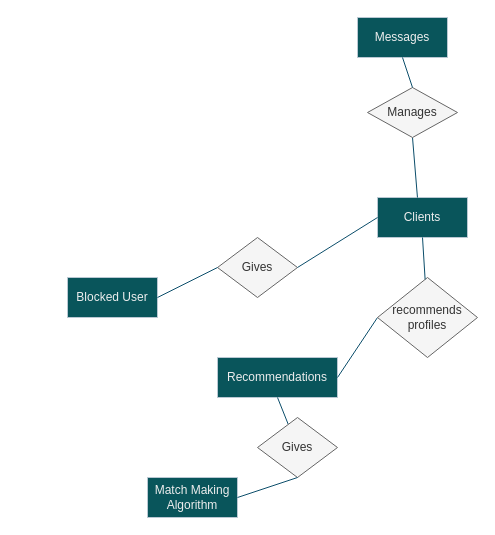
Before: Untitled Diagram.drawio in AbhiShetty1756/AbhiShetty1756, a draw.io diagram. Source tidied: cells renumbered, new cells numbered last; positions are measured from the earlier drawing's top-left corner, leaving out a move shared by most shapes. Both pictures are drawn from the tidied source at 100%, with x=0, y=0 at pixel (67, 17).
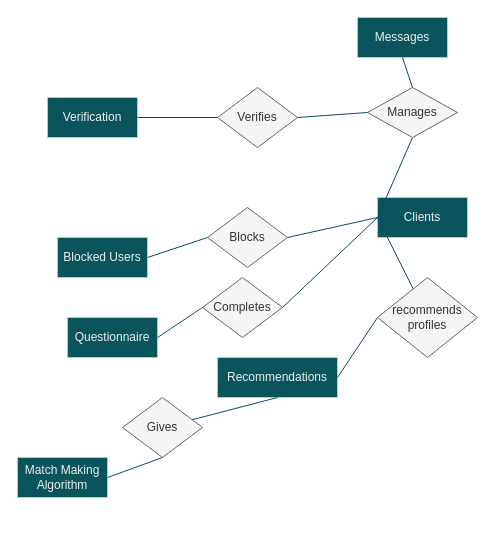
After the change.

Unchanged cells that the change refers to:
```xml
<mxCell id="2" value="Clients" style="rounded=0;whiteSpace=wrap;html=1;labelBackgroundColor=none;fillColor=#09555B;strokeColor=#BAC8D3;fontColor=#EEEEEE;" parent="1" vertex="1">
  <mxGeometry x="310" y="180" width="90" height="40" as="geometry" />
</mxCell>
<mxCell id="5" value="Manages" style="rhombus;whiteSpace=wrap;html=1;labelBackgroundColor=none;fillColor=#f5f5f5;strokeColor=#666666;fontColor=#333333;" parent="1" vertex="1">
  <mxGeometry x="300" y="70" width="90" height="50" as="geometry" />
</mxCell>
<mxCell id="13" value="recommends profiles" style="rhombus;whiteSpace=wrap;html=1;labelBackgroundColor=none;fillColor=#f5f5f5;strokeColor=#666666;fontColor=#333333;" parent="1" vertex="1">
  <mxGeometry x="310" y="260" width="100" height="80" as="geometry" />
</mxCell>
```

Change to the diagram source:
```diff
@@
-    <mxCell id="4" style="endArrow=none;html=1;rounded=0;exitX=0.444;exitY=0;exitDx=0;exitDy=0;exitPerimeter=0;entryX=0.5;entryY=1;entryDx=0;entryDy=0;labelBackgroundColor=none;strokeColor=#0B4D6A;fontColor=default;" parent="1" edge="1" source="2" target="5">
+    <mxCell id="4" style="endArrow=none;html=1;rounded=0;exitX=0;exitY=0.5;exitDx=0;exitDy=0;entryX=0.5;entryY=1;entryDx=0;entryDy=0;labelBackgroundColor=none;strokeColor=#0B4D6A;fontColor=default;" parent="1" edge="1" source="2" target="5">
       <mxGeometry relative="1" as="geometry" />
     </mxCell>
@@
     <mxCell id="7" value="Match Making Algorithm" style="rounded=0;whiteSpace=wrap;html=1;labelBackgroundColor=none;fillColor=#09555B;strokeColor=#BAC8D3;fontColor=#EEEEEE;" parent="1" vertex="1">
-      <mxGeometry x="80" y="460" width="90" height="40" as="geometry" />
+      <mxGeometry x="-50" y="440" width="90" height="40" as="geometry" />
     </mxCell>
@@
     <mxCell id="10" value="Gives" style="rhombus;whiteSpace=wrap;html=1;labelBackgroundColor=none;fillColor=#f5f5f5;strokeColor=#666666;fontColor=#333333;" parent="1" vertex="1">
-      <mxGeometry x="190" y="400" width="80" height="60" as="geometry" />
+      <mxGeometry x="55" y="380" width="80" height="60" as="geometry" />
     </mxCell>
@@
-    <mxCell id="14" style="endArrow=none;html=1;rounded=0;entryX=0.5;entryY=1;entryDx=0;entryDy=0;labelBackgroundColor=none;strokeColor=#0B4D6A;fontColor=default;" parent="1" edge="1" source="13" target="2">
+    <mxCell id="14" style="endArrow=none;html=1;rounded=0;entryX=0;entryY=0.5;entryDx=0;entryDy=0;labelBackgroundColor=none;strokeColor=#0B4D6A;fontColor=default;" parent="1" edge="1" source="13" target="2">
       <mxGeometry relative="1" as="geometry" />
     </mxCell>
-    <mxCell id="15" value="Blocked User" style="rounded=0;whiteSpace=wrap;html=1;labelBackgroundColor=none;fillColor=#09555B;strokeColor=#BAC8D3;fontColor=#EEEEEE;" parent="1" vertex="1">
-      <mxGeometry y="260" width="90" height="40" as="geometry" />
+    <mxCell id="15" value="Blocked Users" style="rounded=0;whiteSpace=wrap;html=1;labelBackgroundColor=none;fillColor=#09555B;strokeColor=#BAC8D3;fontColor=#EEEEEE;" parent="1" vertex="1">
+      <mxGeometry x="-10" y="220" width="90" height="40" as="geometry" />
     </mxCell>
-    <mxCell id="16" value="Gives" style="rhombus;whiteSpace=wrap;html=1;labelBackgroundColor=none;fillColor=#f5f5f5;strokeColor=#666666;fontColor=#333333;" parent="1" vertex="1">
-      <mxGeometry x="150" y="220" width="80" height="60" as="geometry" />
+    <mxCell id="16" value="Blocks" style="rhombus;whiteSpace=wrap;html=1;labelBackgroundColor=none;fillColor=#f5f5f5;strokeColor=#666666;fontColor=#333333;" parent="1" vertex="1">
+      <mxGeometry x="140" y="190" width="80" height="60" as="geometry" />
     </mxCell>
@@
+    <mxCell id="19" value="Questionnaire" style="rounded=0;whiteSpace=wrap;html=1;labelBackgroundColor=none;fillColor=#09555B;strokeColor=#BAC8D3;fontColor=#EEEEEE;" parent="1" vertex="1">
+      <mxGeometry y="300" width="90" height="40" as="geometry" />
+    </mxCell>
+    <mxCell id="20" value="Completes" style="rhombus;whiteSpace=wrap;html=1;labelBackgroundColor=none;fillColor=#f5f5f5;strokeColor=#666666;fontColor=#333333;" parent="1" vertex="1">
+      <mxGeometry x="135" y="260" width="80" height="60" as="geometry" />
+    </mxCell>
+    <mxCell id="21" style="endArrow=none;html=1;rounded=0;strokeColor=#0B4D6A;exitX=1;exitY=0.5;exitDx=0;exitDy=0;entryX=0;entryY=0.5;entryDx=0;entryDy=0;" parent="1" edge="1" source="19" target="20">
+      <mxGeometry relative="1" as="geometry" />
+    </mxCell>
+    <mxCell id="22" style="endArrow=none;html=1;rounded=0;strokeColor=#0B4D6A;entryX=0;entryY=0.5;entryDx=0;entryDy=0;exitX=1;exitY=0.5;exitDx=0;exitDy=0;" parent="1" edge="1" source="20" target="2">
+      <mxGeometry relative="1" as="geometry" />
+    </mxCell>
+    <mxCell id="23" value="Verification" style="rounded=0;whiteSpace=wrap;html=1;labelBackgroundColor=none;fillColor=#09555B;strokeColor=#BAC8D3;fontColor=#EEEEEE;" parent="1" vertex="1">
+      <mxGeometry x="-20" y="80" width="90" height="40" as="geometry" />
+    </mxCell>
+    <mxCell id="24" value="Verifies" style="rhombus;whiteSpace=wrap;html=1;labelBackgroundColor=none;fillColor=#f5f5f5;strokeColor=#666666;fontColor=#333333;" parent="1" vertex="1">
+      <mxGeometry x="150" y="70" width="80" height="60" as="geometry" />
+    </mxCell>
+    <mxCell id="25" style="endArrow=none;html=1;rounded=0;strokeColor=#0B4D6A;exitX=1;exitY=0.5;exitDx=0;exitDy=0;entryX=0;entryY=0.5;entryDx=0;entryDy=0;" parent="1" edge="1" source="23" target="24">
+      <mxGeometry relative="1" as="geometry" />
+    </mxCell>
+    <mxCell id="26" style="endArrow=none;html=1;rounded=0;strokeColor=#0B4D6A;exitX=0;exitY=0.5;exitDx=0;exitDy=0;entryX=1;entryY=0.5;entryDx=0;entryDy=0;" parent="1" edge="1" source="5" target="24">
+      <mxGeometry relative="1" as="geometry" />
+    </mxCell>
```
